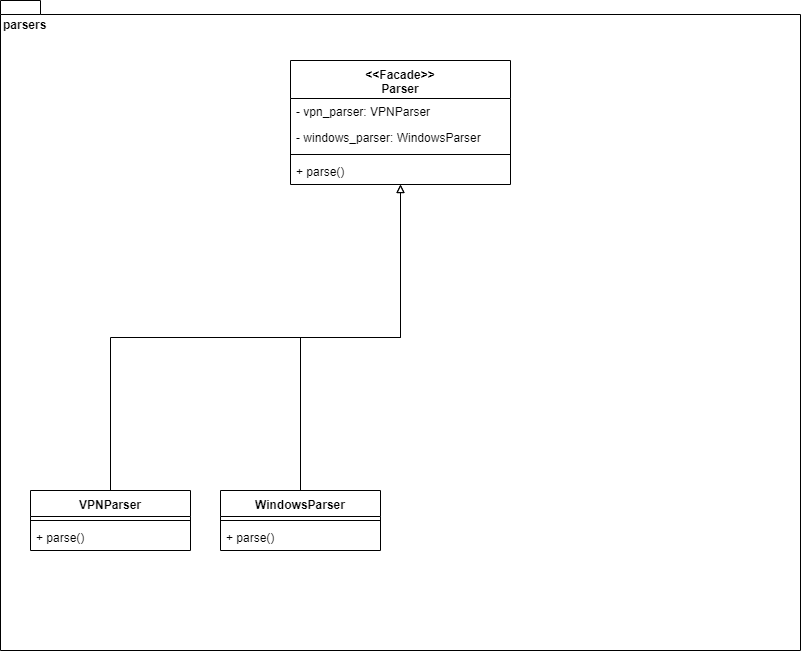
The draw.io diagram documentation/models/parsers_model.png in apm1005/TFG, before a commit. Source tidied: cells renumbered, new cells last; positions are measured from the earlier drawing's top-left corner, leaving out a move shared by most shapes.
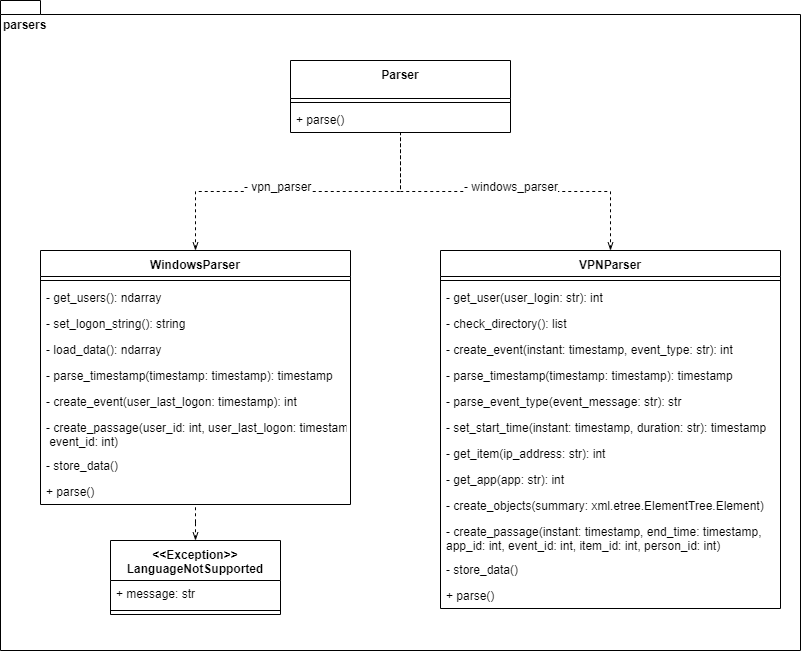
Above is the later version.

Commit message:
Updated parsers_model documentation #30

The edit, as a diff of the source:
```diff
@@ -5,44 +5,114 @@
     <mxCell id="2" value="parsers" style="shape=folder;fontStyle=1;spacingTop=10;tabWidth=40;tabHeight=14;tabPosition=left;html=1;align=left;verticalAlign=top;" parent="1" vertex="1">
       <mxGeometry width="800" height="650" as="geometry" />
     </mxCell>
-    <mxCell id="3" value="&lt;&lt;Facade&gt;&gt;&#10;Parser" style="swimlane;fontStyle=1;align=center;verticalAlign=top;horizontal=1;startSize=38;" parent="1" vertex="1">
-      <mxGeometry x="290" y="60" width="220" height="124" as="geometry" />
+    <mxCell id="3" value="Parser" style="swimlane;fontStyle=1;align=center;verticalAlign=top;horizontal=1;startSize=38;" parent="1" vertex="1">
+      <mxGeometry x="290" y="60" width="220" height="72" as="geometry" />
     </mxCell>
-    <mxCell id="4" value="- vpn_parser: VPNParser" style="text;strokeColor=none;fillColor=none;align=left;verticalAlign=top;spacingLeft=4;spacingRight=4;overflow=hidden;" parent="3" vertex="1">
-      <mxGeometry y="38" width="220" height="26" as="geometry" />
-    </mxCell>
-    <mxCell id="5" value="- windows_parser: WindowsParser" style="text;strokeColor=none;fillColor=none;align=left;verticalAlign=top;spacingLeft=4;spacingRight=4;overflow=hidden;" parent="3" vertex="1">
-      <mxGeometry y="64" width="220" height="26" as="geometry" />
-    </mxCell>
     <mxCell id="6" style="line;strokeWidth=1;fillColor=none;align=left;verticalAlign=middle;spacingTop=-1;spacingLeft=3;spacingRight=3;labelPosition=right;" parent="3" vertex="1">
-      <mxGeometry y="90" width="220" height="8" as="geometry" />
+      <mxGeometry y="38" width="220" height="8" as="geometry" />
     </mxCell>
     <mxCell id="7" value="+ parse()" style="text;strokeColor=none;fillColor=none;align=left;verticalAlign=top;spacingLeft=4;spacingRight=4;overflow=hidden;" parent="3" vertex="1">
-      <mxGeometry y="98" width="220" height="26" as="geometry" />
+      <mxGeometry y="46" width="220" height="26" as="geometry" />
     </mxCell>
+    <mxCell id="12" style="edgeStyle=orthogonalEdgeStyle;rounded=0;jettySize=auto;html=1;exitX=0.5;exitY=0;exitDx=0;exitDy=0;dashed=1;startArrow=openThin;startFill=0;endArrow=none;endFill=0;" parent="1" edge="1" source="13" target="3">
+      <mxGeometry relative="1" as="geometry" />
+    </mxCell>
+    <mxCell id="16" value="- vpn_parser" style="text;html=1;align=center;verticalAlign=middle;labelBackgroundColor=#ffffff;" parent="12" vertex="1">
+      <mxGeometry x="-0.11" y="4" relative="1" as="geometry">
+        <mxPoint x="-3" y="-2" as="offset" />
+      </mxGeometry>
+    </mxCell>
+    <mxCell id="13" value="WindowsParser" style="swimlane;fontStyle=1;align=center;verticalAlign=top;horizontal=1;startSize=26;" parent="1" vertex="1">
+      <mxGeometry x="40" y="250" width="310" height="254" as="geometry" />
+    </mxCell>
+    <mxCell id="17" style="line;strokeWidth=1;fillColor=none;align=left;verticalAlign=middle;spacingTop=-1;spacingLeft=3;spacingRight=3;labelPosition=right;" parent="13" vertex="1">
+      <mxGeometry y="26" width="310" height="8" as="geometry" />
+    </mxCell>
+    <mxCell id="18" value="- get_users(): ndarray" style="text;strokeColor=none;fillColor=none;align=left;verticalAlign=top;spacingLeft=4;spacingRight=4;overflow=hidden;" parent="13" vertex="1">
+      <mxGeometry y="34" width="310" height="26" as="geometry" />
+    </mxCell>
+    <mxCell id="19" value="- set_logon_string(): string" style="text;strokeColor=none;fillColor=none;align=left;verticalAlign=top;spacingLeft=4;spacingRight=4;overflow=hidden;" parent="13" vertex="1">
+      <mxGeometry y="60" width="310" height="26" as="geometry" />
+    </mxCell>
+    <mxCell id="20" value="- load_data(): ndarray" style="text;strokeColor=none;fillColor=none;align=left;verticalAlign=top;spacingLeft=4;spacingRight=4;overflow=hidden;" parent="13" vertex="1">
+      <mxGeometry y="86" width="310" height="26" as="geometry" />
+    </mxCell>
+    <mxCell id="21" value="- parse_timestamp(timestamp: timestamp): timestamp" style="text;strokeColor=none;fillColor=none;align=left;verticalAlign=top;spacingLeft=4;spacingRight=4;overflow=hidden;" parent="13" vertex="1">
+      <mxGeometry y="112" width="310" height="26" as="geometry" />
+    </mxCell>
+    <mxCell id="22" value="- create_event(user_last_logon: timestamp): int" style="text;strokeColor=none;fillColor=none;align=left;verticalAlign=top;spacingLeft=4;spacingRight=4;overflow=hidden;" parent="13" vertex="1">
+      <mxGeometry y="138" width="310" height="26" as="geometry" />
+    </mxCell>
+    <mxCell id="23" value="- create_passage(user_id: int, user_last_logon: timestamp,&#10; event_id: int)" style="text;strokeColor=none;fillColor=none;align=left;verticalAlign=top;spacingLeft=4;spacingRight=4;overflow=hidden;" parent="13" vertex="1">
+      <mxGeometry y="164" width="310" height="38" as="geometry" />
+    </mxCell>
+    <mxCell id="24" value="- store_data()" style="text;strokeColor=none;fillColor=none;align=left;verticalAlign=top;spacingLeft=4;spacingRight=4;overflow=hidden;" parent="13" vertex="1">
+      <mxGeometry y="202" width="310" height="26" as="geometry" />
+    </mxCell>
+    <mxCell id="25" value="+ parse()" style="text;strokeColor=none;fillColor=none;align=left;verticalAlign=top;spacingLeft=4;spacingRight=4;overflow=hidden;" parent="13" vertex="1">
+      <mxGeometry y="228" width="310" height="26" as="geometry" />
+    </mxCell>
-    <mxCell id="8" style="edgeStyle=orthogonalEdgeStyle;rounded=0;jettySize=auto;html=1;exitX=0.5;exitY=0;exitDx=0;exitDy=0;endArrow=block;endFill=0;" parent="1" edge="1" source="9" target="3">
+    <mxCell id="8" style="edgeStyle=orthogonalEdgeStyle;rounded=0;jettySize=auto;html=1;exitX=0.5;exitY=0;exitDx=0;exitDy=0;dashed=1;startArrow=openThin;startFill=0;endArrow=none;endFill=0;" parent="1" edge="1" source="9" target="3">
       <mxGeometry relative="1" as="geometry" />
     </mxCell>
+    <mxCell id="26" value="- windows_parser" style="text;html=1;align=center;verticalAlign=middle;labelBackgroundColor=#ffffff;" parent="8" vertex="1">
+      <mxGeometry x="-0.19" y="1" relative="1" as="geometry">
+        <mxPoint x="-27" y="-7" as="offset" />
+      </mxGeometry>
+    </mxCell>
     <mxCell id="9" value="VPNParser" style="swimlane;fontStyle=1;align=center;verticalAlign=top;horizontal=1;startSize=26;" parent="1" vertex="1">
-      <mxGeometry x="30" y="490" width="160" height="60" as="geometry" />
+      <mxGeometry x="440" y="250" width="340" height="358" as="geometry" />
     </mxCell>
-    <mxCell id="10" style="line;strokeWidth=1;fillColor=none;align=left;verticalAlign=middle;spacingTop=-1;spacingLeft=3;spacingRight=3;labelPosition=right;" parent="9" vertex="1">
-      <mxGeometry y="26" width="160" height="8" as="geometry" />
-    </mxCell>
-    <mxCell id="11" value="+ parse()" style="text;strokeColor=none;fillColor=none;align=left;verticalAlign=top;spacingLeft=4;spacingRight=4;overflow=hidden;" parent="9" vertex="1">
-      <mxGeometry y="34" width="160" height="26" as="geometry" />
-    </mxCell>
-    <mxCell id="12" style="edgeStyle=orthogonalEdgeStyle;rounded=0;jettySize=auto;html=1;exitX=0.5;exitY=0;exitDx=0;exitDy=0;endArrow=block;endFill=0;" parent="1" edge="1" source="13" target="3">
-      <mxGeometry relative="1" as="geometry" />
-    </mxCell>
-    <mxCell id="13" value="WindowsParser" style="swimlane;fontStyle=1;align=center;verticalAlign=top;horizontal=1;startSize=26;" parent="1" vertex="1">
-      <mxGeometry x="220" y="490" width="160" height="60" as="geometry" />
-    </mxCell>
-    <mxCell id="14" style="line;strokeWidth=1;fillColor=none;align=left;verticalAlign=middle;spacingTop=-1;spacingLeft=3;spacingRight=3;labelPosition=right;" parent="13" vertex="1">
-      <mxGeometry y="26" width="160" height="8" as="geometry" />
-    </mxCell>
-    <mxCell id="15" value="+ parse()" style="text;strokeColor=none;fillColor=none;align=left;verticalAlign=top;spacingLeft=4;spacingRight=4;overflow=hidden;" parent="13" vertex="1">
-      <mxGeometry y="34" width="160" height="26" as="geometry" />
-    </mxCell>
+    <mxCell id="27" style="line;strokeWidth=1;fillColor=none;align=left;verticalAlign=middle;spacingTop=-1;spacingLeft=3;spacingRight=3;labelPosition=right;" parent="9" vertex="1">
+      <mxGeometry y="26" width="340" height="8" as="geometry" />
+    </mxCell>
+    <mxCell id="28" value="- get_user(user_login: str): int" style="text;strokeColor=none;fillColor=none;align=left;verticalAlign=top;spacingLeft=4;spacingRight=4;overflow=hidden;" parent="9" vertex="1">
+      <mxGeometry y="34" width="340" height="26" as="geometry" />
+    </mxCell>
+    <mxCell id="29" value="- check_directory(): list" style="text;strokeColor=none;fillColor=none;align=left;verticalAlign=top;spacingLeft=4;spacingRight=4;overflow=hidden;" parent="9" vertex="1">
+      <mxGeometry y="60" width="340" height="26" as="geometry" />
+    </mxCell>
+    <mxCell id="30" value="- create_event(instant: timestamp, event_type: str): int" style="text;strokeColor=none;fillColor=none;align=left;verticalAlign=top;spacingLeft=4;spacingRight=4;overflow=hidden;" parent="9" vertex="1">
+      <mxGeometry y="86" width="340" height="26" as="geometry" />
+    </mxCell>
+    <mxCell id="31" value="- parse_timestamp(timestamp: timestamp): timestamp" style="text;strokeColor=none;fillColor=none;align=left;verticalAlign=top;spacingLeft=4;spacingRight=4;overflow=hidden;" parent="9" vertex="1">
+      <mxGeometry y="112" width="340" height="26" as="geometry" />
+    </mxCell>
+    <mxCell id="32" value="- parse_event_type(event_message: str): str" style="text;strokeColor=none;fillColor=none;align=left;verticalAlign=top;spacingLeft=4;spacingRight=4;overflow=hidden;" parent="9" vertex="1">
+      <mxGeometry y="138" width="340" height="26" as="geometry" />
+    </mxCell>
+    <mxCell id="33" value="- set_start_time(instant: timestamp, duration: str): timestamp" style="text;strokeColor=none;fillColor=none;align=left;verticalAlign=top;spacingLeft=4;spacingRight=4;overflow=hidden;" parent="9" vertex="1">
+      <mxGeometry y="164" width="340" height="26" as="geometry" />
+    </mxCell>
+    <mxCell id="34" value="- get_item(ip_address: str): int" style="text;strokeColor=none;fillColor=none;align=left;verticalAlign=top;spacingLeft=4;spacingRight=4;overflow=hidden;" parent="9" vertex="1">
+      <mxGeometry y="190" width="340" height="26" as="geometry" />
+    </mxCell>
+    <mxCell id="35" value="- get_app(app: str): int" style="text;strokeColor=none;fillColor=none;align=left;verticalAlign=top;spacingLeft=4;spacingRight=4;overflow=hidden;" parent="9" vertex="1">
+      <mxGeometry y="216" width="340" height="26" as="geometry" />
+    </mxCell>
+    <mxCell id="36" value="- create_objects(summary: xml.etree.ElementTree.Element)" style="text;strokeColor=none;fillColor=none;align=left;verticalAlign=top;spacingLeft=4;spacingRight=4;overflow=hidden;" parent="9" vertex="1">
+      <mxGeometry y="242" width="340" height="26" as="geometry" />
+    </mxCell>
+    <mxCell id="37" value="- create_passage(instant: timestamp, end_time: timestamp,&#10;app_id: int, event_id: int, item_id: int, person_id: int)" style="text;strokeColor=none;fillColor=none;align=left;verticalAlign=top;spacingLeft=4;spacingRight=4;overflow=hidden;" parent="9" vertex="1">
+      <mxGeometry y="268" width="340" height="38" as="geometry" />
+    </mxCell>
+    <mxCell id="38" value="- store_data()" style="text;strokeColor=none;fillColor=none;align=left;verticalAlign=top;spacingLeft=4;spacingRight=4;overflow=hidden;" parent="9" vertex="1">
+      <mxGeometry y="306" width="340" height="26" as="geometry" />
+    </mxCell>
+    <mxCell id="39" value="+ parse()" style="text;strokeColor=none;fillColor=none;align=left;verticalAlign=top;spacingLeft=4;spacingRight=4;overflow=hidden;" parent="9" vertex="1">
+      <mxGeometry y="332" width="340" height="26" as="geometry" />
+    </mxCell>
+    <mxCell id="40" style="edgeStyle=orthogonalEdgeStyle;rounded=0;jettySize=auto;html=1;exitX=0.5;exitY=0;exitDx=0;exitDy=0;dashed=1;startArrow=openThin;startFill=0;endArrow=none;endFill=0;" parent="1" edge="1" source="41" target="13">
+      <mxGeometry relative="1" as="geometry" />
+    </mxCell>
+    <mxCell id="41" value="&lt;&lt;Exception&gt;&gt;&#10;LanguageNotSupported" style="swimlane;fontStyle=1;align=center;verticalAlign=top;horizontal=1;startSize=40;" parent="1" vertex="1">
+      <mxGeometry x="110" y="540" width="170" height="74" as="geometry" />
+    </mxCell>
+    <mxCell id="42" value="+ message: str" style="text;strokeColor=none;fillColor=none;align=left;verticalAlign=top;spacingLeft=4;spacingRight=4;overflow=hidden;" parent="41" vertex="1">
+      <mxGeometry y="40" width="170" height="26" as="geometry" />
+    </mxCell>
+    <mxCell id="43" style="line;strokeWidth=1;fillColor=none;align=left;verticalAlign=middle;spacingTop=-1;spacingLeft=3;spacingRight=3;labelPosition=right;" parent="41" vertex="1">
+      <mxGeometry y="66" width="170" height="8" as="geometry" />
+    </mxCell>
   </root>
 </mxGraphModel>
```
